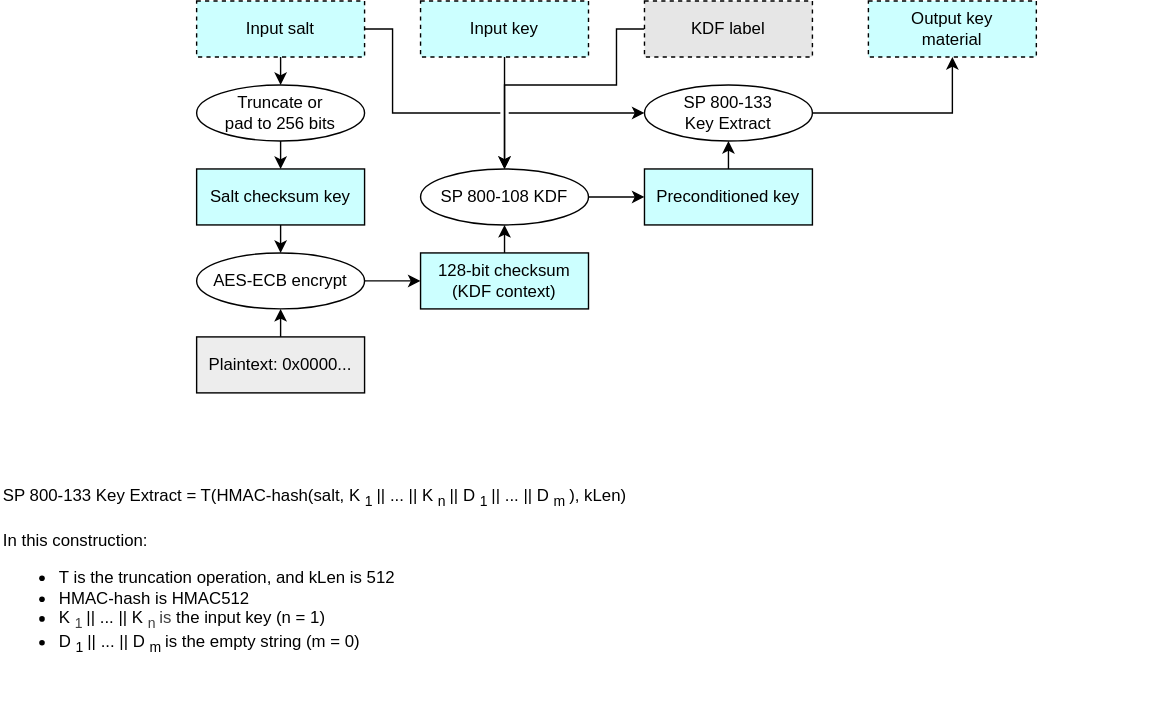
chipsalliance/Caliptra keeps this draw.io diagram as doc/ocp_lock/diagrams/preconditioned_key_extract.drawio.svg. Above is the earlier version. Source tidied: cells renumbered, new cells last; positions are measured from the earlier drawing's top-left corner, leaving out a move shared by most shapes.
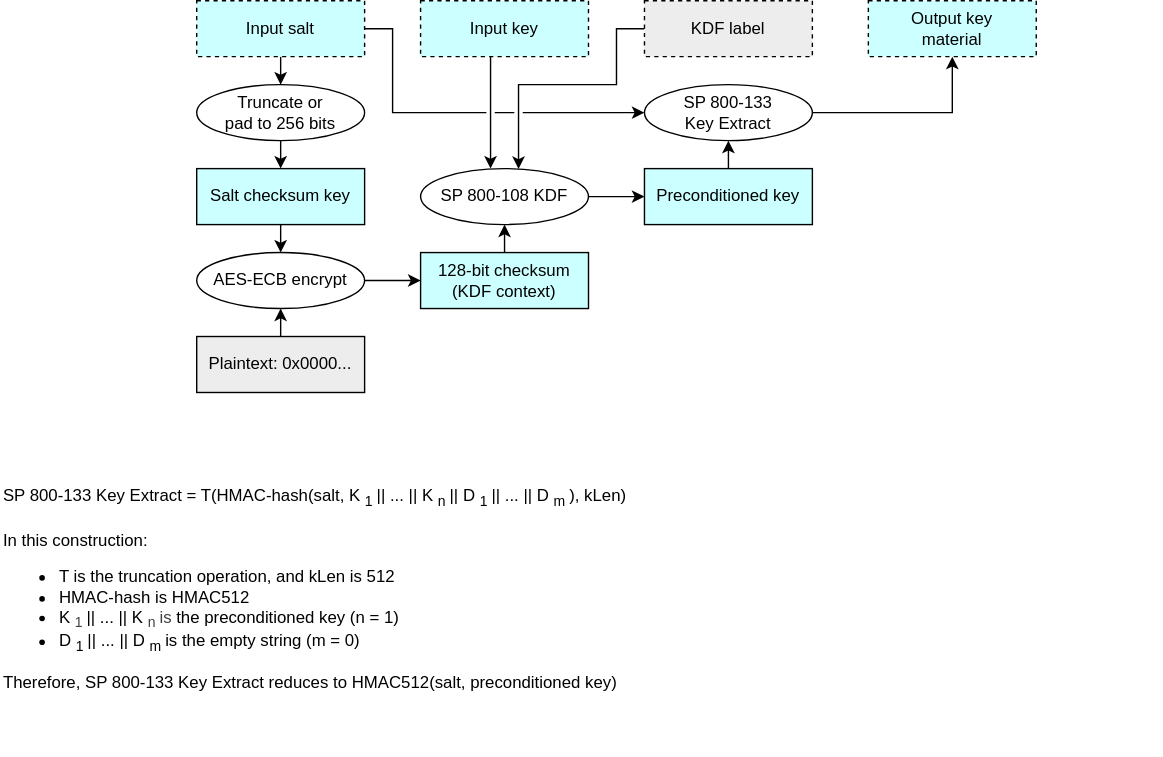
The same diagram one commit later.

The edit, as a diff of the source:
```diff
@@ -47,8 +47,11 @@
     <mxCell id="16" value="SP 800-108 KDF" style="ellipse;whiteSpace=wrap;html=1;fillColor=#FFFFFF;" parent="1" vertex="1">
       <mxGeometry x="300" y="120" width="120" height="40" as="geometry" />
     </mxCell>
-    <mxCell id="17" style="edgeStyle=none;html=1;exitX=0.5;exitY=1;exitDx=0;exitDy=0;entryX=0.5;entryY=0;entryDx=0;entryDy=0;" parent="1" edge="1" source="18" target="16">
-      <mxGeometry relative="1" as="geometry" />
+    <mxCell id="17" style="edgeStyle=none;html=1;exitX=0.5;exitY=1;exitDx=0;exitDy=0;entryX=0.5;entryY=0;entryDx=0;entryDy=0;" parent="1" edge="1">
+      <mxGeometry relative="1" as="geometry">
+        <mxPoint x="350" y="40" as="sourcePoint" />
+        <mxPoint x="350" y="120" as="targetPoint" />
+      </mxGeometry>
     </mxCell>
     <mxCell id="18" value="&lt;div&gt;&lt;font color=&quot;#000000&quot;&gt;Input key&lt;/font&gt;&lt;/div&gt;" style="rounded=0;whiteSpace=wrap;html=1;align=center;verticalAlign=middle;shadow=0;glass=0;spacingLeft=0;spacingBottom=0;spacingTop=0;fillColor=#CCFFFF;dashed=1;" parent="1" vertex="1">
       <mxGeometry x="300" width="120" height="40" as="geometry" />
@@ -65,16 +68,16 @@
     <mxCell id="22" value="SP 800-133&lt;div&gt;Key Extract&lt;/div&gt;" style="ellipse;whiteSpace=wrap;html=1;fillColor=#FFFFFF;" parent="1" vertex="1">
       <mxGeometry x="460" y="60" width="120" height="40" as="geometry" />
     </mxCell>
-    <mxCell id="23" style="edgeStyle=orthogonalEdgeStyle;html=1;exitX=0;exitY=0.5;exitDx=0;exitDy=0;entryX=0.5;entryY=0;entryDx=0;entryDy=0;rounded=0;" parent="1" edge="1" source="24" target="16">
+    <mxCell id="23" style="edgeStyle=orthogonalEdgeStyle;html=1;exitX=0;exitY=0.5;exitDx=0;exitDy=0;rounded=0;" parent="1" edge="1" source="24" target="16">
       <mxGeometry relative="1" as="geometry">
         <Array as="points">
           <mxPoint x="440" y="20" />
           <mxPoint x="440" y="60" />
-          <mxPoint x="360" y="60" />
+          <mxPoint x="370" y="60" />
         </Array>
       </mxGeometry>
     </mxCell>
-    <mxCell id="24" value="&lt;div&gt;&lt;font color=&quot;#000000&quot;&gt;KDF label&lt;/font&gt;&lt;/div&gt;" style="rounded=0;whiteSpace=wrap;html=1;align=center;verticalAlign=middle;shadow=0;glass=0;spacingLeft=0;spacingBottom=0;spacingTop=0;fillColor=#E6E6E6;dashed=1;" parent="1" vertex="1">
+    <mxCell id="24" value="&lt;div&gt;&lt;font color=&quot;#000000&quot;&gt;KDF label&lt;/font&gt;&lt;/div&gt;" style="rounded=0;whiteSpace=wrap;html=1;align=center;verticalAlign=middle;shadow=0;glass=0;spacingLeft=0;spacingBottom=0;spacingTop=0;fillColor=#EDEDED;dashed=1;" parent="1" vertex="1">
       <mxGeometry x="460" width="120" height="40" as="geometry" />
     </mxCell>
     <mxCell id="25" style="edgeStyle=orthogonalEdgeStyle;html=1;exitX=1;exitY=0.5;exitDx=0;exitDy=0;entryX=0;entryY=0.5;entryDx=0;entryDy=0;jumpStyle=gap;rounded=0;" parent="1" edge="1" source="4" target="22">
@@ -85,8 +88,8 @@
         </Array>
       </mxGeometry>
     </mxCell>
-    <mxCell id="26" value="SP 800-133 Key Extract = T(HMAC-hash(salt, K&lt;sub style=&quot;&quot;&gt;1&lt;/sub&gt; || ... || K&lt;sub style=&quot;&quot;&gt;n&lt;/sub&gt; || D&lt;sub style=&quot;&quot;&gt;1&lt;/sub&gt; || ... || D&lt;sub style=&quot;&quot;&gt;m&lt;/sub&gt;), kLen)&lt;div&gt;&lt;font color=&quot;#000000&quot;&gt;&lt;br&gt;&lt;/font&gt;&lt;div&gt;&lt;div&gt;In this construction:&lt;/div&gt;&lt;div&gt;&lt;ul&gt;&lt;li&gt;T is the truncation operation, and kLen is 512&lt;/li&gt;&lt;li&gt;HMAC-hash is HMAC512&lt;/li&gt;&lt;li&gt;&lt;span style=&quot;background-color: transparent;&quot;&gt;&lt;span style=&quot;color: rgb(0, 0, 0);&quot;&gt;K&lt;/span&gt;&lt;sub style=&quot;color: rgb(63, 63, 63);&quot;&gt;1&lt;/sub&gt;&lt;span style=&quot;color: rgb(0, 0, 0);&quot;&gt;&amp;nbsp;|| ... || K&lt;/span&gt;&lt;sub style=&quot;color: rgb(63, 63, 63);&quot;&gt;n&lt;/sub&gt;&lt;span style=&quot;color: rgb(63, 63, 63);&quot;&gt;&amp;nbsp;is&lt;/span&gt;&amp;nbsp;the input key (n = 1)&lt;/span&gt;&lt;/li&gt;&lt;li&gt;&lt;span style=&quot;color: rgb(0, 0, 0);&quot;&gt;D&lt;/span&gt;&lt;sub&gt;1&lt;/sub&gt;&lt;span style=&quot;color: rgb(0, 0, 0);&quot;&gt;&amp;nbsp;|| ... || D&lt;/span&gt;&lt;sub&gt;m&lt;/sub&gt;&amp;nbsp;is the empty string (m = 0)&lt;/li&gt;&lt;/ul&gt;&lt;/div&gt;&lt;/div&gt;&lt;/div&gt;" style="text;strokeColor=none;align=left;fillColor=none;html=1;verticalAlign=top;whiteSpace=wrap;rounded=0;fontSize=12;" parent="1" vertex="1">
-      <mxGeometry y="340" width="580" height="160" as="geometry" />
+    <mxCell id="26" value="SP 800-133 Key Extract = T(HMAC-hash(salt, K&lt;sub style=&quot;&quot;&gt;1&lt;/sub&gt; || ... || K&lt;sub style=&quot;&quot;&gt;n&lt;/sub&gt; || D&lt;sub style=&quot;&quot;&gt;1&lt;/sub&gt; || ... || D&lt;sub style=&quot;&quot;&gt;m&lt;/sub&gt;), kLen)&lt;div&gt;&lt;font color=&quot;#000000&quot;&gt;&lt;br&gt;&lt;/font&gt;&lt;div&gt;&lt;div&gt;In this construction:&lt;/div&gt;&lt;div&gt;&lt;ul&gt;&lt;li&gt;T is the truncation operation, and kLen is 512&lt;/li&gt;&lt;li&gt;HMAC-hash is HMAC512&lt;/li&gt;&lt;li&gt;&lt;span style=&quot;background-color: transparent;&quot;&gt;&lt;span style=&quot;color: rgb(0, 0, 0);&quot;&gt;K&lt;/span&gt;&lt;sub style=&quot;color: rgb(63, 63, 63);&quot;&gt;1&lt;/sub&gt;&lt;span style=&quot;color: rgb(0, 0, 0);&quot;&gt;&amp;nbsp;|| ... || K&lt;/span&gt;&lt;sub style=&quot;color: rgb(63, 63, 63);&quot;&gt;n&lt;/sub&gt;&lt;span style=&quot;color: rgb(63, 63, 63);&quot;&gt;&amp;nbsp;is&lt;/span&gt;&amp;nbsp;the preconditioned key (n = 1)&lt;/span&gt;&lt;/li&gt;&lt;li&gt;&lt;span style=&quot;color: rgb(0, 0, 0);&quot;&gt;D&lt;/span&gt;&lt;sub&gt;1&lt;/sub&gt;&lt;span style=&quot;color: rgb(0, 0, 0);&quot;&gt;&amp;nbsp;|| ... || D&lt;/span&gt;&lt;sub&gt;m&lt;/sub&gt;&amp;nbsp;is the empty string (m = 0)&lt;/li&gt;&lt;/ul&gt;&lt;div&gt;Therefore,&amp;nbsp;&lt;span style=&quot;color: rgb(0, 0, 0); background-color: transparent;&quot;&gt;SP 800-133 Key Extract reduces to HMAC512(salt, preconditioned key)&lt;/span&gt;&lt;/div&gt;&lt;/div&gt;&lt;/div&gt;&lt;/div&gt;" style="text;strokeColor=none;align=left;fillColor=none;html=1;verticalAlign=top;whiteSpace=wrap;rounded=0;fontSize=12;" parent="1" vertex="1">
+      <mxGeometry y="340" width="470" height="200" as="geometry" />
     </mxCell>
     <mxCell id="27" value="&lt;div&gt;&lt;font color=&quot;#000000&quot;&gt;Output key&lt;/font&gt;&lt;/div&gt;&lt;div&gt;&lt;font color=&quot;#000000&quot;&gt;material&lt;/font&gt;&lt;/div&gt;" style="rounded=0;whiteSpace=wrap;html=1;align=center;verticalAlign=middle;shadow=0;glass=0;spacingLeft=0;spacingBottom=0;spacingTop=0;fillColor=#CCFFFF;dashed=1;" parent="1" vertex="1">
       <mxGeometry x="620" width="120" height="40" as="geometry" />
```
